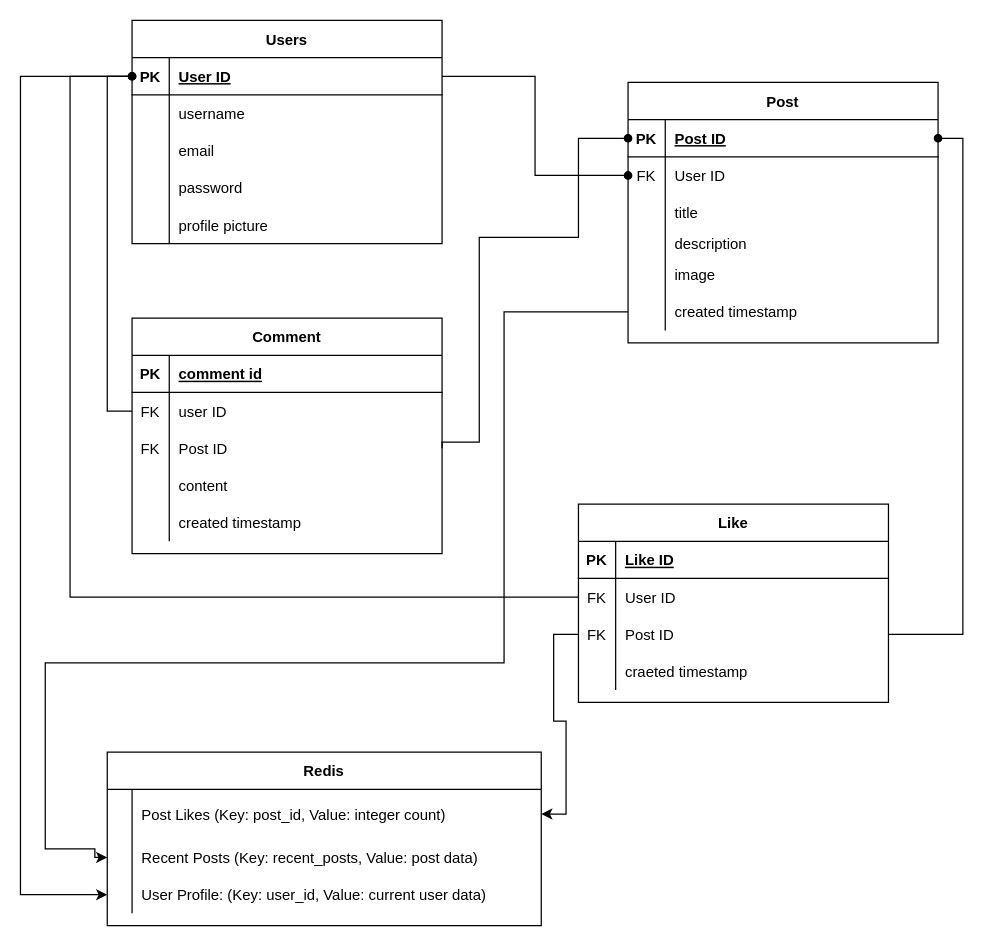
Above: Module8/Lab Exercise 4/Redis Blogging Application Logical Model.drawio in GNA-Gavin/IOD-2025-software-certificate (draw.io), before the change. Source tidied: cells renumbered, new cells numbered last; positions are measured from the earlier drawing's top-left corner, leaving out a move shared by most shapes. Both pictures are drawn from the tidied source at 124%, with x=0, y=0 at pixel (20, 20).
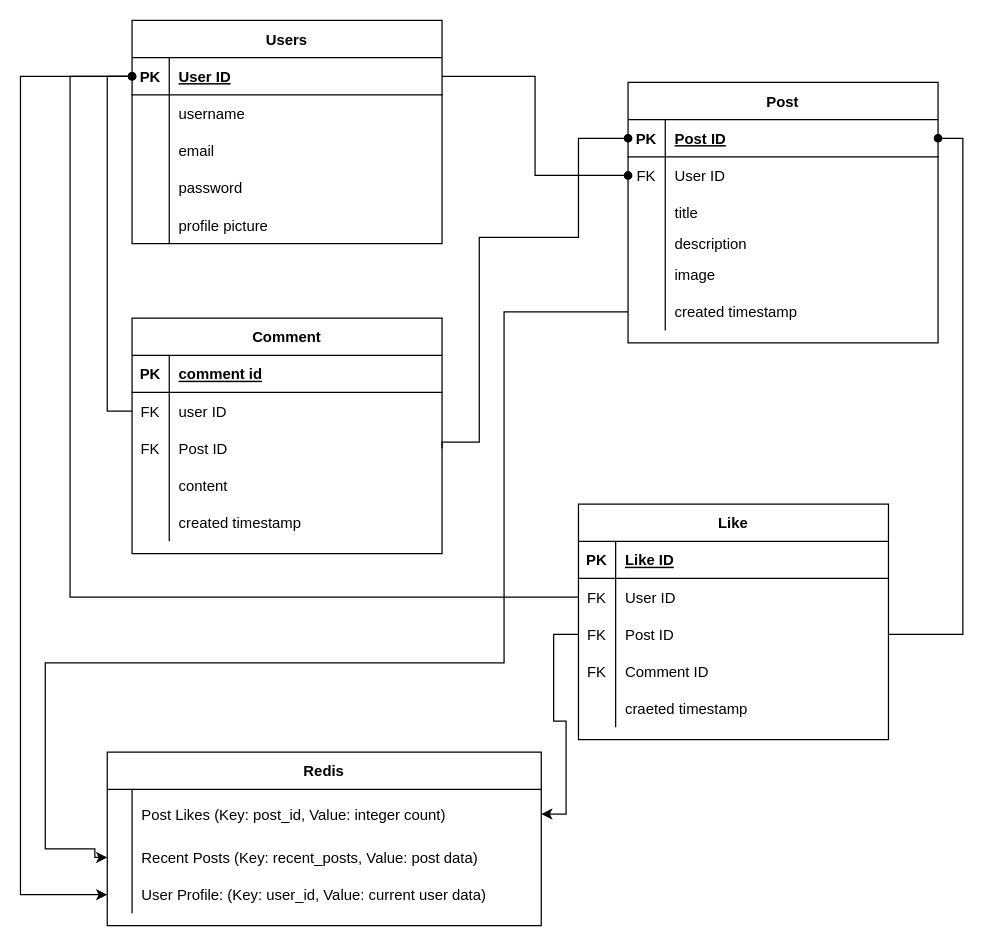
After the change.

What changed in the source:
```diff
@@
     <mxCell id="53" value="Like" style="shape=table;startSize=30;childLayout=tableLayout;rowLines=0;fontStyle=1;align=center;" parent="1" vertex="1">
-      <mxGeometry x="450" y="390" width="250" height="160" as="geometry" />
+      <mxGeometry x="450" y="390" width="250" height="190" as="geometry" />
     </mxCell>
@@
+    <mxCell id="85" style="shape=partialRectangle;fillColor=none;top=0;left=0;right=0;bottom=0;" parent="53" vertex="1">
+      <mxGeometry y="120" width="250" height="30" as="geometry" />
+    </mxCell>
+    <mxCell id="86" value="FK" style="shape=partialRectangle;overflow=hidden;fillColor=none;top=0;left=0;bottom=0;right=0;" parent="85" vertex="1">
+      <mxGeometry width="30" height="30" as="geometry" />
+    </mxCell>
+    <mxCell id="87" value="Comment ID" style="shape=partialRectangle;overflow=hidden;fillColor=none;top=0;left=0;bottom=0;right=0;align=left;spacingLeft=6;" parent="85" vertex="1">
+      <mxGeometry x="30" width="220" height="30" as="geometry" />
+    </mxCell>
     <mxCell id="63" style="shape=partialRectangle;fillColor=none;top=0;left=0;right=0;bottom=0;" parent="53" vertex="1">
-      <mxGeometry y="120" width="250" height="30" as="geometry" />
+      <mxGeometry y="150" width="250" height="30" as="geometry" />
     </mxCell>
```
